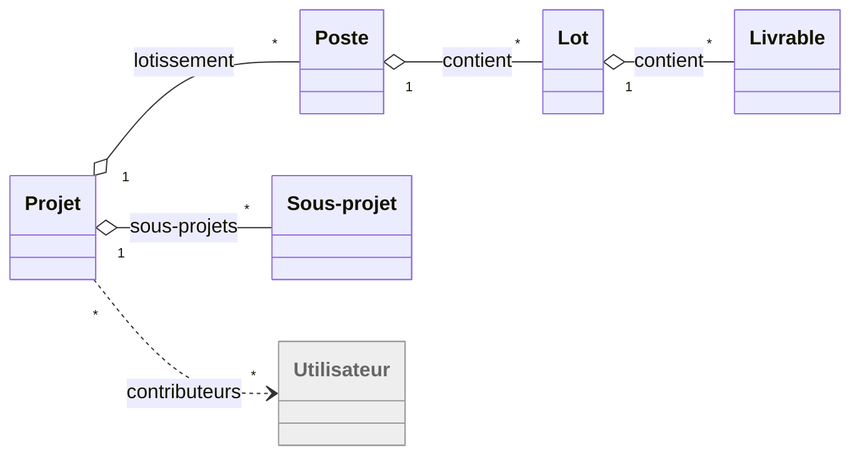
Above: docs/spec/figures/decoupage-projet.png in waterfall-project/wf-project (Mermaid), before the change. Its source is kept beside it as docs/spec/figures/decoupage-projet.mmd.
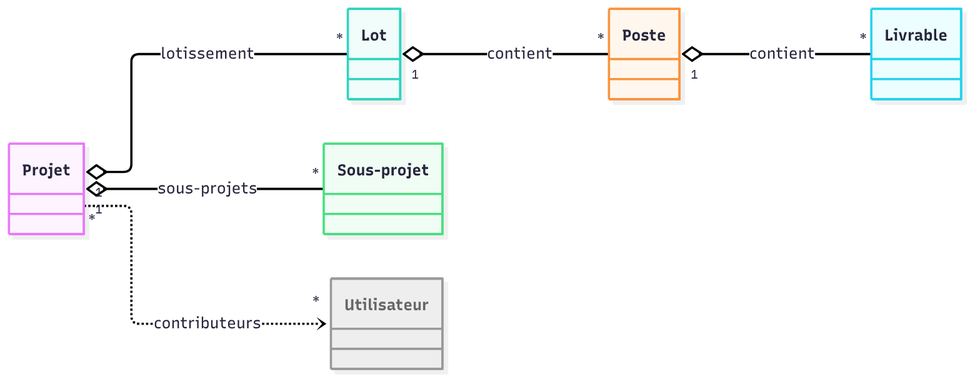
Later version of the same file.

Diff of the diagram source:
```diff
@@ -1,15 +1,15 @@
 classDiagram
     direction LR
     class Projet["Projet"]
+    class Lot["Lot"]
     class Poste["Poste"]
-    class Lot["Lot"]
     class Livrable["Livrable"]
     class SousProjet["Sous-projet"]
     class Utilisateur["Utilisateur"]
 
-    Projet "1" o-- "*" Poste : lotissement
-    Poste "1" o-- "*" Lot : contient
-    Lot "1" o-- "*" Livrable : contient
+    Projet "1" o-- "*" Lot : lotissement
+    Lot "1" o-- "*" Poste : contient
+    Poste "1" o-- "*" Livrable : contient
     Projet "1" o-- "*" SousProjet : sous-projets
     Projet "*" ..> "*" Utilisateur : contributeurs
 
```
